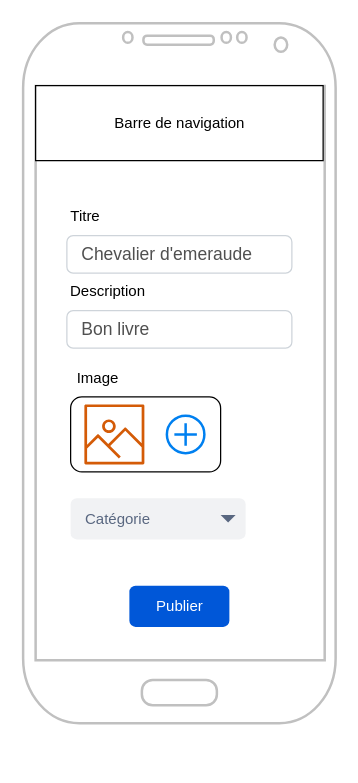
Feelschevreuil/vlisside-Survivor keeps this draw.io diagram as org/diagrammes/wireframes/vente-livres/mobile.drawio. Above is the earlier version. Source tidied: cells renumbered, new cells numbered last; positions are measured from the earlier drawing's top-left corner, leaving out a move shared by most shapes. Both pictures are drawn from the tidied source at 125%, with x=0, y=0 at pixel (22, 22).
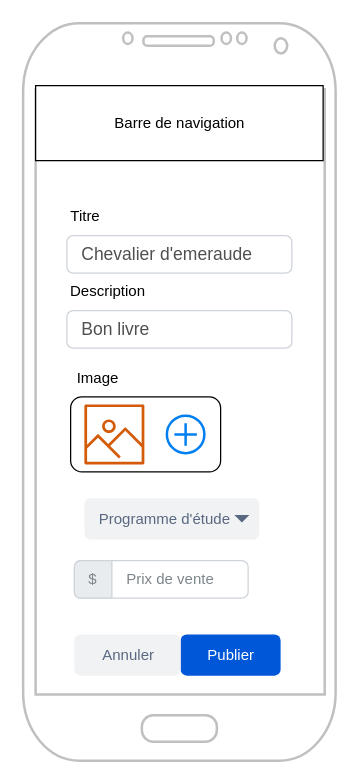
After the change.

The edit, as a diff of the source:
```diff
@@
 <mxGraphModel>
   <root>
     <mxCell id="0" />
     <mxCell id="1" parent="0" />
     <mxCell id="2" style="verticalLabelPosition=bottom;verticalAlign=top;html=1;shadow=0;dashed=0;strokeWidth=2;shape=mxgraph.android.phone2;strokeColor=#c0c0c0;" parent="1" vertex="1">
-      <mxGeometry width="250" height="560" as="geometry" />
+      <mxGeometry width="250" height="590" as="geometry" />
     </mxCell>
     <mxCell id="3" style="rounded=0;whiteSpace=wrap;html=1;strokeWidth=1;" parent="1" vertex="1">
       <mxGeometry x="10" y="50" width="230" height="60" as="geometry" />
     </mxCell>
     <mxCell id="4" value="Barre de navigation" style="text;html=1;align=center;verticalAlign=middle;strokeColor=none;fillColor=none;" parent="1" vertex="1">
       <mxGeometry x="60" y="65" width="130" height="30" as="geometry" />
     </mxCell>
     <mxCell id="5" value="Titre" style="text;html=1;strokeColor=none;fillColor=none;align=center;verticalAlign=middle;whiteSpace=wrap;rounded=0;" parent="1" vertex="1">
       <mxGeometry x="20" y="140" width="60" height="30" as="geometry" />
     </mxCell>
     <mxCell id="6" value="Description" style="text;html=1;strokeColor=none;fillColor=none;align=center;verticalAlign=middle;whiteSpace=wrap;rounded=0;" parent="1" vertex="1">
       <mxGeometry x="38" y="200" width="60" height="30" as="geometry" />
     </mxCell>
     <mxCell id="7" value="Image" style="text;html=1;strokeColor=none;fillColor=none;align=center;verticalAlign=middle;whiteSpace=wrap;rounded=0;" parent="1" vertex="1">
       <mxGeometry x="30" y="269" width="60" height="30" as="geometry" />
     </mxCell>
     <mxCell id="8" value="Chevalier d'emeraude" style="html=1;shadow=0;dashed=0;shape=mxgraph.bootstrap.rrect;rSize=5;strokeColor=#CED4DA;strokeWidth=1;fillColor=#FFFFFF;fontColor=#505050;whiteSpace=wrap;align=left;verticalAlign=middle;spacingLeft=10;fontSize=14;" parent="1" vertex="1">
       <mxGeometry x="35" y="170" width="180" height="30" as="geometry" />
     </mxCell>
     <mxCell id="9" value="Bon livre" style="html=1;shadow=0;dashed=0;shape=mxgraph.bootstrap.rrect;rSize=5;strokeColor=#CED4DA;strokeWidth=1;fillColor=#FFFFFF;fontColor=#505050;whiteSpace=wrap;align=left;verticalAlign=middle;spacingLeft=10;fontSize=14;" parent="1" vertex="1">
       <mxGeometry x="35" y="230" width="180" height="30" as="geometry" />
     </mxCell>
     <mxCell id="10" style="rounded=1;whiteSpace=wrap;html=1;strokeWidth=1;fillColor=#FFFFFF;" parent="1" vertex="1">
       <mxGeometry x="38" y="299" width="120" height="60" as="geometry" />
     </mxCell>
     <mxCell id="11" style="html=1;verticalLabelPosition=bottom;align=center;labelBackgroundColor=#ffffff;verticalAlign=top;strokeWidth=2;strokeColor=#0080F0;shadow=0;dashed=0;shape=mxgraph.ios7.icons.add;fillColor=#FFFFFF;" parent="1" vertex="1">
       <mxGeometry x="115" y="314" width="30" height="30" as="geometry" />
     </mxCell>
     <mxCell id="12" style="sketch=0;fontColor=#232F3E;gradientColor=none;fillColor=#D45B07;strokeColor=none;dashed=0;verticalLabelPosition=bottom;verticalAlign=top;align=center;html=1;fontSize=12;fontStyle=0;shape=mxgraph.aws4.container_registry_image;" parent="1" vertex="1">
       <mxGeometry x="49" y="305" width="48" height="48" as="geometry" />
     </mxCell>
-    <mxCell id="13" value="Catégorie" style="rounded=1;fillColor=#F1F2F4;strokeColor=none;html=1;fontColor=#596780;align=left;fontSize=12;spacingLeft=10;sketch=0;" parent="1" vertex="1">
-      <mxGeometry x="38" y="380" width="140" height="33" as="geometry" />
+    <mxCell id="13" value="Programme d'étude" style="rounded=1;fillColor=#F1F2F4;strokeColor=none;html=1;fontColor=#596780;align=left;fontSize=12;spacingLeft=10;sketch=0;" parent="1" vertex="1">
+      <mxGeometry x="49" y="380" width="140" height="33" as="geometry" />
     </mxCell>
     <mxCell id="14" style="shape=triangle;direction=south;fillColor=#596780;strokeColor=none;html=1;sketch=0;" parent="13" vertex="1">
       <mxGeometry x="1" y="0.5" width="12" height="6" relative="1" as="geometry">
         <mxPoint x="-20" y="-3" as="offset" />
       </mxGeometry>
     </mxCell>
     <mxCell id="15" value="Publier" style="rounded=1;fillColor=#0057D8;align=center;strokeColor=none;html=1;fontColor=#ffffff;fontSize=12;sketch=0;" parent="1" vertex="1">
-      <mxGeometry x="85" y="450" width="80" height="33" as="geometry" />
+      <mxGeometry x="126" y="489" width="80" height="33" as="geometry" />
     </mxCell>
+    <mxCell id="16" value="Annuler" style="rounded=1;align=center;fillColor=#F1F2F4;strokeColor=none;html=1;fontColor=#596780;fontSize=12;sketch=0;" parent="1" vertex="1">
+      <mxGeometry x="41" y="489" width="85" height="33" as="geometry" />
+    </mxCell>
+    <mxCell id="17" value="Prix de vente" style="html=1;shadow=0;dashed=0;shape=mxgraph.bootstrap.rrect;rSize=5;strokeColor=#CED4DA;html=1;whiteSpace=wrap;fillColor=#FFFFFF;fontColor=#7D868C;align=left;spacingLeft=40;sketch=0;" parent="1" vertex="1">
+      <mxGeometry x="41" y="430" width="139" height="30" as="geometry" />
+    </mxCell>
+    <mxCell id="18" value="$" style="html=1;shadow=0;dashed=0;shape=mxgraph.bootstrap.leftButton;strokeColor=inherit;gradientColor=inherit;fontColor=inherit;fillColor=#E9ECEF;rSize=5;perimeter=none;whiteSpace=wrap;sketch=0;" parent="17" vertex="1">
+      <mxGeometry width="30" height="30" relative="1" as="geometry" />
+    </mxCell>
   </root>
 </mxGraphModel>
```
